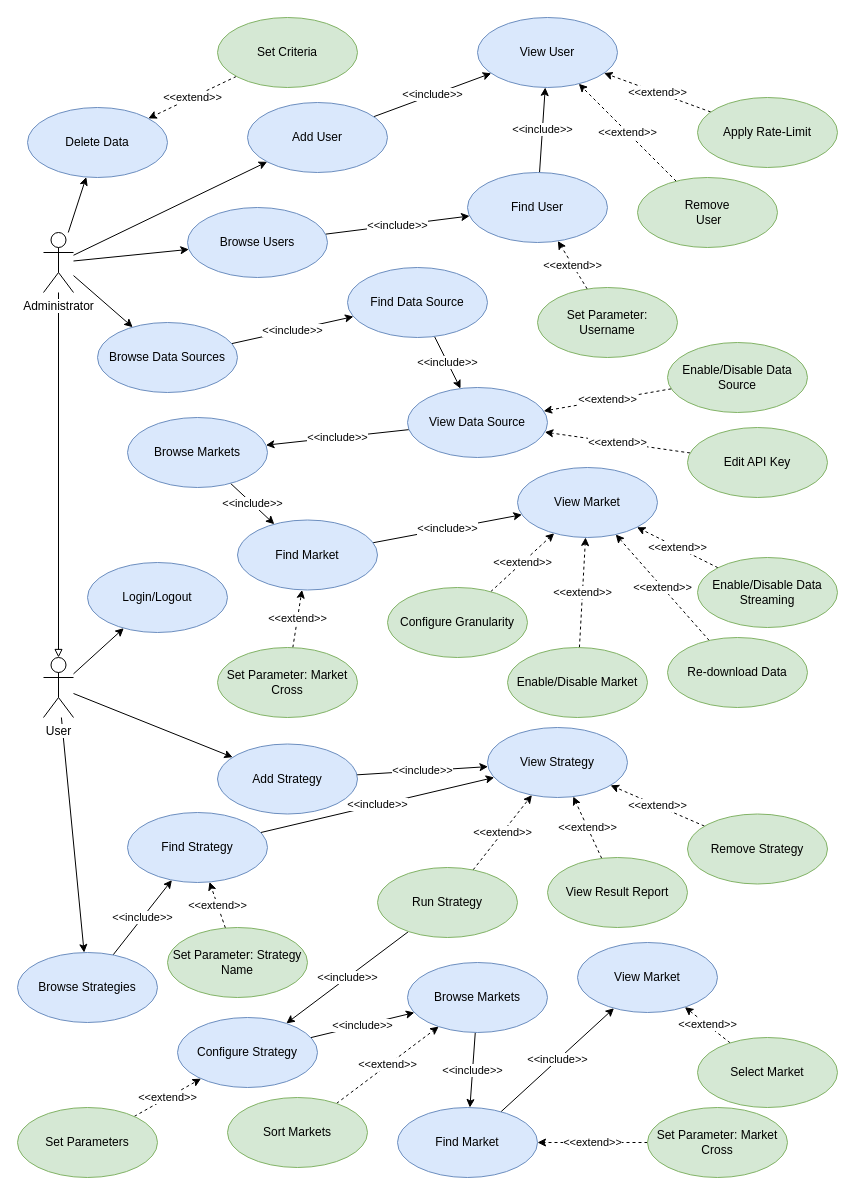
nferrante1/lsmsd2 keeps this draw.io diagram as drawio/usecases.drawio. Above is the earlier version. Source tidied: cells renumbered, new cells numbered last; positions are measured from the earlier drawing's top-left corner, leaving out a move shared by most shapes. Both pictures are drawn from the tidied source at 100%, with x=0, y=0 at pixel (17, 17).
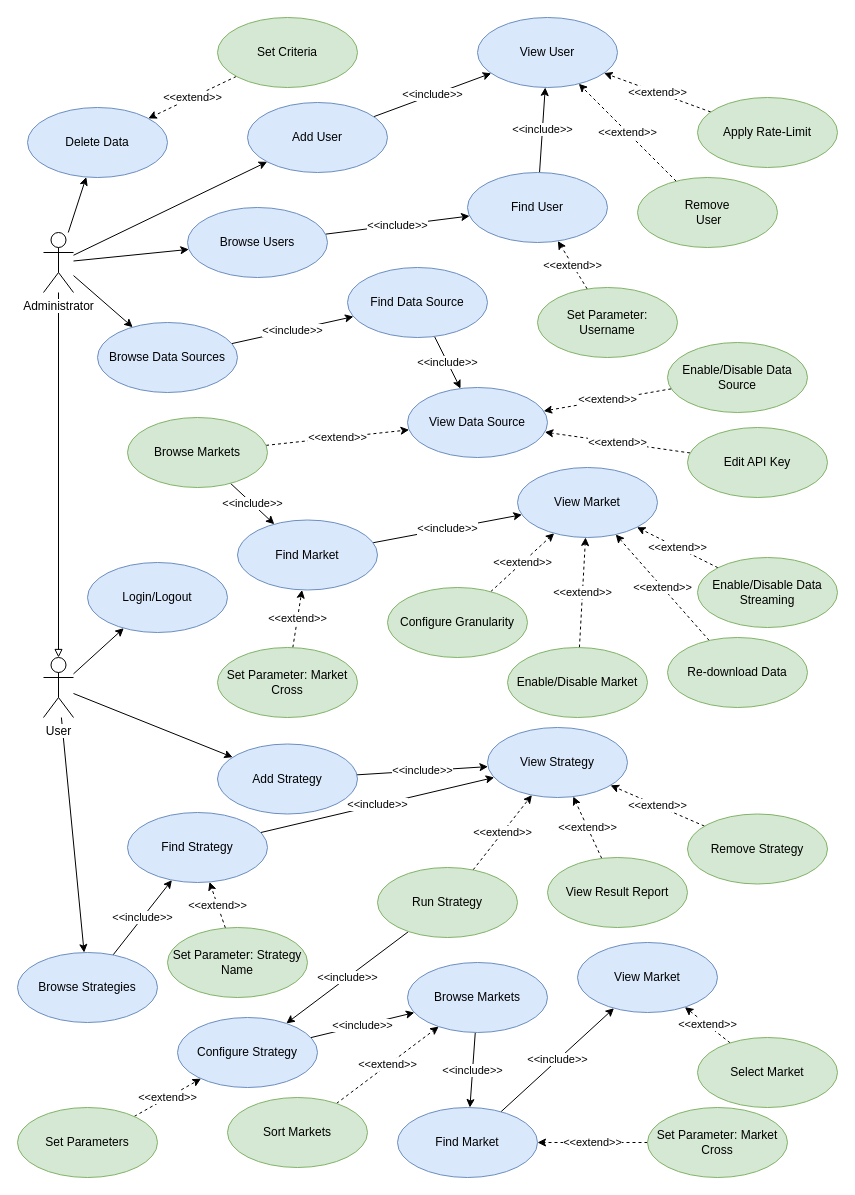
Above is the later version.

Commit message:
Make Browse Markets extending

The change refers to these unchanged cells:
```xml
<mxCell id="17" value="View Data Source" style="ellipse;whiteSpace=wrap;html=1;fillColor=#dae8fc;strokeColor=#6c8ebf;" parent="1" vertex="1">
  <mxGeometry x="390" y="370" width="140" height="70" as="geometry" />
</mxCell>
```

The edit, as a diff of the source:
```diff
@@
-    <mxCell id="16" value="&amp;lt;&amp;lt;include&amp;gt;&amp;gt;" style="edgeStyle=none;rounded=0;jettySize=auto;html=1;" parent="1" edge="1" source="17" target="30">
-      <mxGeometry relative="1" as="geometry" />
-    </mxCell>
@@
+    <mxCell id="85" value="&amp;lt;&amp;lt;extend&amp;gt;&amp;gt;" style="edgeStyle=none;rounded=0;jettySize=auto;html=1;dashed=1;startArrow=none;startFill=0;" parent="1" edge="1" source="30" target="17">
+      <mxGeometry relative="1" as="geometry" />
+    </mxCell>
-    <mxCell id="30" value="Browse Markets" style="ellipse;whiteSpace=wrap;html=1;fillColor=#dae8fc;strokeColor=#6c8ebf;" parent="1" vertex="1">
+    <mxCell id="30" value="Browse Markets" style="ellipse;whiteSpace=wrap;html=1;fillColor=#d5e8d4;strokeColor=#82b366;" parent="1" vertex="1">
       <mxGeometry x="110" y="400" width="140" height="70" as="geometry" />
     </mxCell>
```
